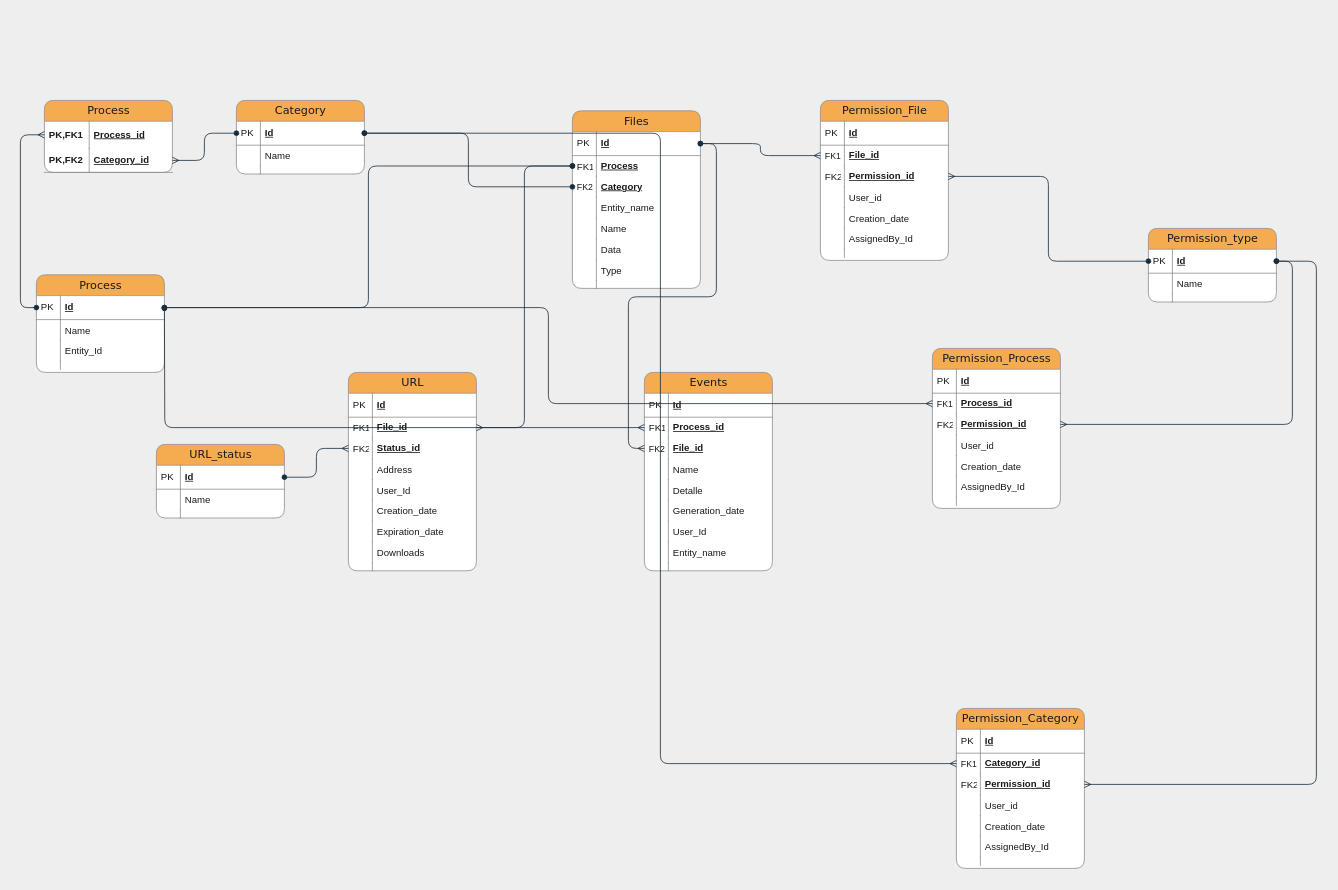
Before: ArchivosER.drawio in jnunez1-tenco/Files, a draw.io diagram. Source tidied: cells renumbered, new cells numbered last; positions are measured from the earlier drawing's top-left corner, leaving out a move shared by most shapes. Both pictures are drawn from the tidied source at 80%, with x=0, y=0 at pixel (36, 100).
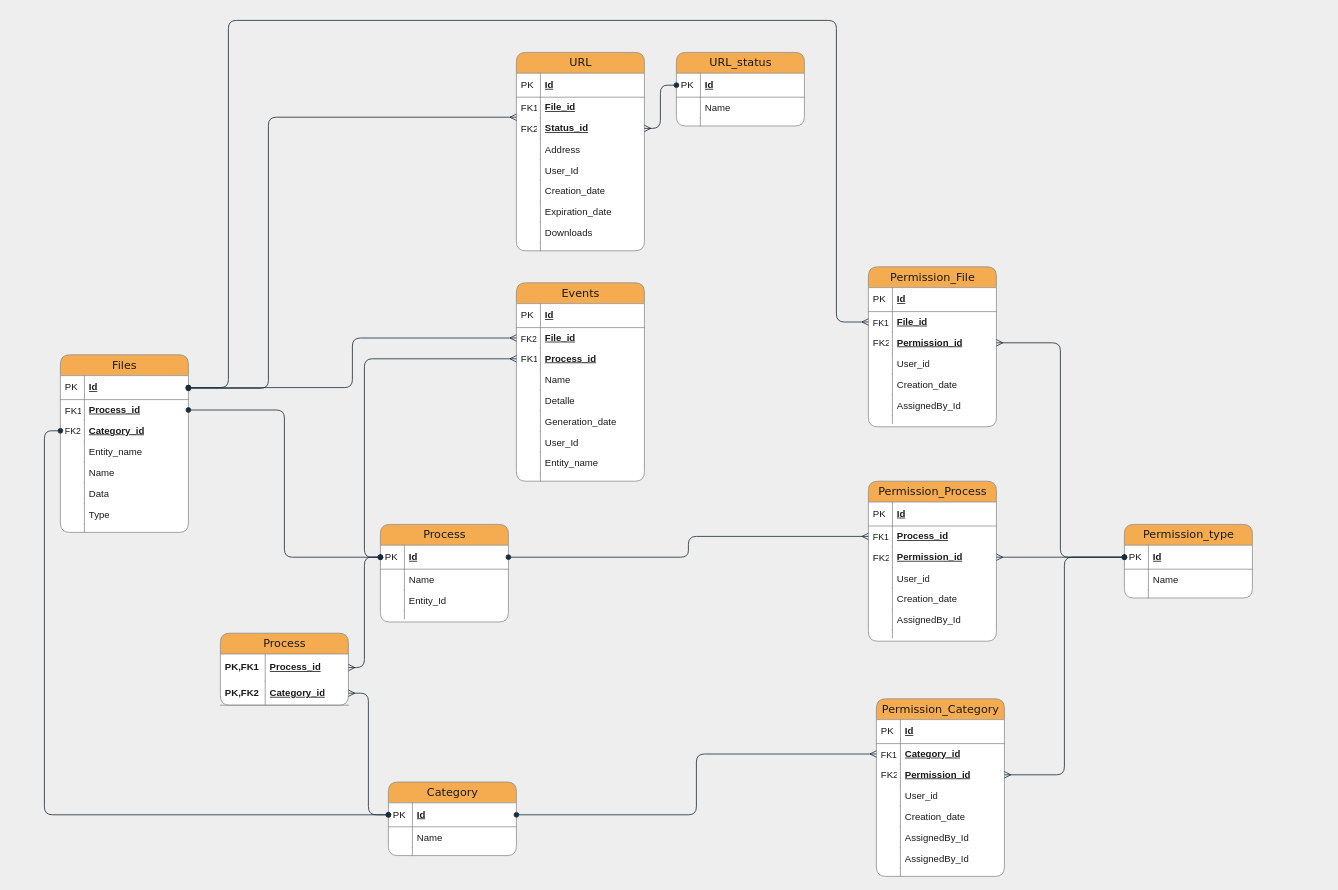
The same page after the edit.

Unchanged cells that the change refers to:
```xml
<mxCell id="3" value="Id" style="shape=partialRectangle;top=0;left=0;right=0;bottom=1;html=1;align=left;verticalAlign=middle;fillColor=none;spacingLeft=34;spacingRight=4;whiteSpace=wrap;overflow=hidden;points=[[0,0.5],[1,0.5]];portConstraint=eastwest;fontStyle=5;strokeColor=#909090;fontColor=#1A1A1A;rounded=1;" parent="2" vertex="1">
  <mxGeometry y="26" width="160" height="30" as="geometry" />
</mxCell>
<mxCell id="20" value="Id" style="shape=partialRectangle;top=0;left=0;right=0;bottom=1;html=1;align=left;verticalAlign=middle;fillColor=none;spacingLeft=34;spacingRight=4;whiteSpace=wrap;overflow=hidden;points=[[0,0.5],[1,0.5]];portConstraint=eastwest;fontStyle=5;strokeColor=#909090;fontColor=#1A1A1A;rounded=1;" parent="19" vertex="1">
  <mxGeometry y="26" width="160" height="30" as="geometry" />
</mxCell>
<mxCell id="29" value="File_id" style="shape=partialRectangle;top=0;left=0;right=0;bottom=0;html=1;align=left;verticalAlign=middle;fillColor=none;spacingLeft=34;spacingRight=4;whiteSpace=wrap;overflow=hidden;points=[[0,0.5],[1,0.5]];portConstraint=eastwest;strokeColor=#909090;fontColor=#1A1A1A;rounded=1;fontStyle=5;" parent="26" vertex="1">
  <mxGeometry y="56" width="160" height="26" as="geometry" />
</mxCell>
<mxCell id="31" value="Status_id" style="shape=partialRectangle;top=0;left=0;right=0;bottom=0;html=1;align=left;verticalAlign=middle;fillColor=none;spacingLeft=34;spacingRight=4;whiteSpace=wrap;overflow=hidden;points=[[0,0.5],[1,0.5]];portConstraint=eastwest;strokeColor=#909090;fontColor=#1A1A1A;rounded=1;fontStyle=5;" parent="26" vertex="1">
  <mxGeometry y="82" width="160" height="26" as="geometry" />
</mxCell>
<mxCell id="51" value="Id" style="shape=partialRectangle;top=0;left=0;right=0;bottom=1;html=1;align=left;verticalAlign=middle;fillColor=none;spacingLeft=34;spacingRight=4;whiteSpace=wrap;overflow=hidden;points=[[0,0.5],[1,0.5]];portConstraint=eastwest;fontStyle=5;strokeColor=#909090;fontColor=#1A1A1A;rounded=1;" parent="50" vertex="1">
  <mxGeometry y="26" width="160" height="30" as="geometry" />
</mxCell>
<mxCell id="64" value="Id" style="shape=partialRectangle;top=0;left=0;right=0;bottom=1;html=1;align=left;verticalAlign=middle;fillColor=none;spacingLeft=34;spacingRight=4;whiteSpace=wrap;overflow=hidden;points=[[0,0.5],[1,0.5]];portConstraint=eastwest;fontStyle=5;strokeColor=#909090;fontColor=#1A1A1A;rounded=1;" parent="63" vertex="1">
  <mxGeometry y="26" width="160" height="30" as="geometry" />
</mxCell>
<mxCell id="96" value="File_id" style="shape=partialRectangle;top=0;left=0;right=0;bottom=0;html=1;align=left;verticalAlign=middle;fillColor=none;spacingLeft=34;spacingRight=4;whiteSpace=wrap;overflow=hidden;points=[[0,0.5],[1,0.5]];portConstraint=eastwest;strokeColor=#909090;fontColor=#1A1A1A;rounded=1;fontStyle=5;" parent="93" vertex="1">
  <mxGeometry y="56" width="160" height="26" as="geometry" />
</mxCell>
<mxCell id="109" value="Id" style="shape=partialRectangle;top=0;left=0;right=0;bottom=1;html=1;align=left;verticalAlign=middle;fillColor=none;spacingLeft=34;spacingRight=4;whiteSpace=wrap;overflow=hidden;points=[[0,0.5],[1,0.5]];portConstraint=eastwest;fontStyle=5;strokeColor=#909090;fontColor=#1A1A1A;rounded=1;" parent="108" vertex="1">
  <mxGeometry y="26" width="160" height="30" as="geometry" />
</mxCell>
<mxCell id="120" value="Category_id" style="shape=partialRectangle;top=0;left=0;right=0;bottom=0;html=1;align=left;verticalAlign=middle;fillColor=none;spacingLeft=34;spacingRight=4;whiteSpace=wrap;overflow=hidden;points=[[0,0.5],[1,0.5]];portConstraint=eastwest;strokeColor=#909090;fontColor=#1A1A1A;rounded=1;fontStyle=5;" parent="117" vertex="1">
  <mxGeometry y="56" width="160" height="26" as="geometry" />
</mxCell>
<mxCell id="122" value="Permission_id" style="shape=partialRectangle;top=0;left=0;right=0;bottom=0;html=1;align=left;verticalAlign=middle;fillColor=none;spacingLeft=34;spacingRight=4;whiteSpace=wrap;overflow=hidden;points=[[0,0.5],[1,0.5]];portConstraint=eastwest;strokeColor=#909090;fontColor=#1A1A1A;rounded=1;fontStyle=5;" parent="117" vertex="1">
  <mxGeometry y="82" width="160" height="26" as="geometry" />
</mxCell>
<mxCell id="135" value="Process_id" style="shape=partialRectangle;top=0;left=0;right=0;bottom=0;html=1;align=left;verticalAlign=middle;fillColor=none;spacingLeft=34;spacingRight=4;whiteSpace=wrap;overflow=hidden;points=[[0,0.5],[1,0.5]];portConstraint=eastwest;strokeColor=#909090;fontColor=#1A1A1A;rounded=1;fontStyle=5;" parent="132" vertex="1">
  <mxGeometry y="56" width="160" height="26" as="geometry" />
</mxCell>
<mxCell id="137" value="Permission_id" style="shape=partialRectangle;top=0;left=0;right=0;bottom=0;html=1;align=left;verticalAlign=middle;fillColor=none;spacingLeft=34;spacingRight=4;whiteSpace=wrap;overflow=hidden;points=[[0,0.5],[1,0.5]];portConstraint=eastwest;strokeColor=#909090;fontColor=#1A1A1A;rounded=1;fontStyle=5;" parent="132" vertex="1">
  <mxGeometry y="82" width="160" height="26" as="geometry" />
</mxCell>
```

The edit, as a diff of the source:
```diff
@@
     <mxCell id="2" value="Files" style="swimlane;html=1;fontStyle=0;horizontal=1;startSize=26;fillColor=#F5AB50;swimlaneFillColor=#ffffff;align=center;shadow=0;comic=0;labelBackgroundColor=none;strokeWidth=1;fontFamily=Verdana;fontSize=14;swimlaneLine=1;strokeColor=#909090;fontColor=#1A1A1A;rounded=1;" parent="1" vertex="1">
-      <mxGeometry x="670" y="13" width="160" height="222" as="geometry" />
+      <mxGeometry x="30" y="318" width="160" height="222" as="geometry" />
     </mxCell>
@@
-    <mxCell id="5" value="Process" style="shape=partialRectangle;top=0;left=0;right=0;bottom=0;html=1;align=left;verticalAlign=middle;fillColor=none;spacingLeft=34;spacingRight=4;whiteSpace=wrap;overflow=hidden;points=[[0,0.5],[1,0.5]];portConstraint=eastwest;strokeColor=#909090;fontColor=#1A1A1A;rounded=1;fontStyle=5;" parent="2" vertex="1">
+    <mxCell id="5" value="Process_id" style="shape=partialRectangle;top=0;left=0;right=0;bottom=0;html=1;align=left;verticalAlign=middle;fillColor=none;spacingLeft=34;spacingRight=4;whiteSpace=wrap;overflow=hidden;points=[[0,0.5],[1,0.5]];portConstraint=eastwest;strokeColor=#909090;fontColor=#1A1A1A;rounded=1;fontStyle=5;" parent="2" vertex="1">
       <mxGeometry y="56" width="160" height="26" as="geometry" />
     </mxCell>
@@
-    <mxCell id="7" value="Category" style="shape=partialRectangle;top=0;left=0;right=0;bottom=0;html=1;align=left;verticalAlign=middle;fillColor=none;spacingLeft=34;spacingRight=4;whiteSpace=wrap;overflow=hidden;points=[[0,0.5],[1,0.5]];portConstraint=eastwest;strokeColor=#909090;fontColor=#1A1A1A;rounded=1;fontStyle=5;" parent="2" vertex="1">
+    <mxCell id="7" value="Category_id" style="shape=partialRectangle;top=0;left=0;right=0;bottom=0;html=1;align=left;verticalAlign=middle;fillColor=none;spacingLeft=34;spacingRight=4;whiteSpace=wrap;overflow=hidden;points=[[0,0.5],[1,0.5]];portConstraint=eastwest;strokeColor=#909090;fontColor=#1A1A1A;rounded=1;fontStyle=5;" parent="2" vertex="1">
       <mxGeometry y="82" width="160" height="26" as="geometry" />
     </mxCell>
@@
     <mxCell id="19" value="Category" style="swimlane;html=1;fontStyle=0;horizontal=1;startSize=26;fillColor=#F5AB50;swimlaneFillColor=#ffffff;align=center;shadow=0;comic=0;labelBackgroundColor=none;strokeWidth=1;fontFamily=Verdana;fontSize=14;strokeColor=#909090;fontColor=#1A1A1A;rounded=1;" parent="1" vertex="1">
-      <mxGeometry x="250" width="160" height="92" as="geometry" />
+      <mxGeometry x="440" y="852" width="160" height="92" as="geometry" />
     </mxCell>
@@
     <mxCell id="26" value="URL" style="swimlane;html=1;fontStyle=0;horizontal=1;startSize=26;fillColor=#F5AB50;swimlaneFillColor=#ffffff;align=center;shadow=0;comic=0;labelBackgroundColor=none;strokeWidth=1;fontFamily=Verdana;fontSize=14;strokeColor=#909090;fontColor=#1A1A1A;rounded=1;" parent="1" vertex="1">
-      <mxGeometry x="390" y="340" width="160" height="248" as="geometry" />
+      <mxGeometry x="600" y="-60" width="160" height="248" as="geometry" />
     </mxCell>
@@
     <mxCell id="45" value="Process" style="swimlane;html=1;fontStyle=0;horizontal=1;startSize=26;fillColor=#F5AB50;swimlaneFillColor=#ffffff;align=center;shadow=0;comic=0;labelBackgroundColor=none;strokeWidth=1;fontFamily=Verdana;fontSize=14;strokeColor=#909090;fontColor=#1A1A1A;rounded=1;" parent="1" vertex="1">
-      <mxGeometry x="10" width="160" height="90" as="geometry" />
+      <mxGeometry x="230" y="666" width="160" height="90" as="geometry" />
     </mxCell>
@@
     <mxCell id="50" value="Process" style="swimlane;html=1;fontStyle=0;horizontal=1;startSize=26;fillColor=#F5AB50;swimlaneFillColor=#ffffff;align=center;shadow=0;comic=0;labelBackgroundColor=none;strokeWidth=1;fontFamily=Verdana;fontSize=14;strokeColor=#909090;fontColor=#1A1A1A;rounded=1;" parent="1" vertex="1">
-      <mxGeometry y="218" width="160" height="122" as="geometry" />
+      <mxGeometry x="430" y="530" width="160" height="122" as="geometry" />
     </mxCell>
@@
-    <mxCell id="61" style="edgeStyle=orthogonalEdgeStyle;curved=0;rounded=1;sketch=0;jettySize=auto;html=1;entryX=1;entryY=0.5;entryDx=0;entryDy=0;fontColor=#1a1a1a;startArrow=oval;startFill=1;endArrow=oval;endFill=1;strokeColor=#182E3E;" parent="1" edge="1" source="5" target="51">
-      <mxGeometry relative="1" as="geometry" />
-    </mxCell>
-    <mxCell id="62" style="edgeStyle=orthogonalEdgeStyle;curved=0;rounded=1;sketch=0;jettySize=auto;html=1;exitX=0;exitY=0.5;exitDx=0;exitDy=0;entryX=1;entryY=0.5;entryDx=0;entryDy=0;fontColor=#1a1a1a;startArrow=oval;startFill=1;endArrow=oval;endFill=1;strokeColor=#182E3E;" parent="1" edge="1" source="7" target="20">
-      <mxGeometry relative="1" as="geometry" />
-    </mxCell>
     <mxCell id="63" value="URL_status" style="swimlane;html=1;fontStyle=0;horizontal=1;startSize=26;fillColor=#F5AB50;swimlaneFillColor=#ffffff;align=center;shadow=0;comic=0;labelBackgroundColor=none;strokeWidth=1;fontFamily=Verdana;fontSize=14;strokeColor=#909090;fontColor=#1A1A1A;rounded=1;" parent="1" vertex="1">
-      <mxGeometry x="150" y="430" width="160" height="92" as="geometry" />
+      <mxGeometry x="800" y="-60" width="160" height="92" as="geometry" />
     </mxCell>
@@
-    <mxCell id="70" style="edgeStyle=orthogonalEdgeStyle;curved=0;rounded=1;sketch=0;jettySize=auto;html=1;entryX=1;entryY=0.5;entryDx=0;entryDy=0;fontSize=11;fontColor=#1a1a1a;startArrow=oval;startFill=1;endArrow=ERmany;endFill=0;strokeColor=#182E3E;" parent="1" edge="1" source="5" target="29">
-      <mxGeometry relative="1" as="geometry" />
-    </mxCell>
-    <mxCell id="71" style="edgeStyle=orthogonalEdgeStyle;curved=0;rounded=1;sketch=0;jettySize=auto;html=1;entryX=1;entryY=0.5;entryDx=0;entryDy=0;fontSize=11;fontColor=#1a1a1a;startArrow=ERmany;startFill=0;endArrow=oval;endFill=1;strokeColor=#182E3E;" parent="1" edge="1" source="31" target="64">
-      <mxGeometry relative="1" as="geometry" />
-    </mxCell>
     <mxCell id="72" value="Events" style="swimlane;html=1;fontStyle=0;horizontal=1;startSize=26;fillColor=#F5AB50;swimlaneFillColor=#ffffff;align=center;shadow=0;comic=0;labelBackgroundColor=none;strokeWidth=1;fontFamily=Verdana;fontSize=14;swimlaneLine=1;strokeColor=#909090;fontColor=#1A1A1A;rounded=1;" parent="1" vertex="1">
-      <mxGeometry x="760" y="340" width="160" height="248" as="geometry" />
+      <mxGeometry x="600" y="228" width="160" height="248" as="geometry" />
     </mxCell>
@@
+    <mxCell id="77" value="File_id" style="shape=partialRectangle;top=0;left=0;right=0;bottom=0;html=1;align=left;verticalAlign=middle;fillColor=none;spacingLeft=34;spacingRight=4;whiteSpace=wrap;overflow=hidden;points=[[0,0.5],[1,0.5]];portConstraint=eastwest;strokeColor=#909090;fontColor=#1A1A1A;rounded=1;fontStyle=5;" parent="72" vertex="1">
+      <mxGeometry y="56" width="160" height="26" as="geometry" />
+    </mxCell>
+    <mxCell id="78" value="&lt;font style=&quot;font-size: 11px;&quot;&gt;FK2&lt;/font&gt;" style="shape=partialRectangle;top=0;left=0;bottom=0;html=1;fillColor=none;align=left;verticalAlign=top;spacingLeft=4;spacingRight=4;whiteSpace=wrap;overflow=hidden;strokeColor=#909090;fontColor=#1A1A1A;rounded=1;" parent="77" vertex="1">
+      <mxGeometry width="30" height="26" as="geometry" />
+    </mxCell>
     <mxCell id="75" value="Process_id" style="shape=partialRectangle;top=0;left=0;right=0;bottom=0;html=1;align=left;verticalAlign=middle;fillColor=none;spacingLeft=34;spacingRight=4;whiteSpace=wrap;overflow=hidden;points=[[0,0.5],[1,0.5]];portConstraint=eastwest;strokeColor=#909090;fontColor=#1A1A1A;rounded=1;fontStyle=5;" parent="72" vertex="1">
-      <mxGeometry y="56" width="160" height="26" as="geometry" />
+      <mxGeometry y="82" width="160" height="26" as="geometry" />
     </mxCell>
@@
-    <mxCell id="77" value="File_id" style="shape=partialRectangle;top=0;left=0;right=0;bottom=0;html=1;align=left;verticalAlign=middle;fillColor=none;spacingLeft=34;spacingRight=4;whiteSpace=wrap;overflow=hidden;points=[[0,0.5],[1,0.5]];portConstraint=eastwest;strokeColor=#909090;fontColor=#1A1A1A;rounded=1;fontStyle=5;" parent="72" vertex="1">
-      <mxGeometry y="82" width="160" height="26" as="geometry" />
-    </mxCell>
-    <mxCell id="78" value="&lt;font style=&quot;font-size: 11px;&quot;&gt;FK2&lt;/font&gt;" style="shape=partialRectangle;top=0;left=0;bottom=0;html=1;fillColor=none;align=left;verticalAlign=top;spacingLeft=4;spacingRight=4;whiteSpace=wrap;overflow=hidden;strokeColor=#909090;fontColor=#1A1A1A;rounded=1;" parent="77" vertex="1">
-      <mxGeometry width="30" height="26" as="geometry" />
-    </mxCell>
@@
-    <mxCell id="91" style="edgeStyle=orthogonalEdgeStyle;curved=0;rounded=1;sketch=0;jettySize=auto;html=1;fontSize=11;fontColor=#1a1a1a;startArrow=ERmany;startFill=0;endArrow=oval;endFill=1;strokeColor=#182E3E;" parent="1" edge="1" source="75">
-      <mxGeometry relative="1" as="geometry">
-        <mxPoint x="160" y="260" as="targetPoint" />
-      </mxGeometry>
+    <mxCell id="91" style="edgeStyle=orthogonalEdgeStyle;curved=0;rounded=1;sketch=0;jettySize=auto;html=1;fontSize=11;fontColor=#1a1a1a;startArrow=ERmany;startFill=0;endArrow=oval;endFill=1;strokeColor=#182E3E;entryX=0;entryY=0.5;entryDx=0;entryDy=0;" parent="1" edge="1" source="75" target="51">
+      <mxGeometry relative="1" as="geometry" />
     </mxCell>
@@
     <mxCell id="93" value="Permission_File" style="swimlane;html=1;fontStyle=0;horizontal=1;startSize=26;fillColor=#F5AB50;swimlaneFillColor=#ffffff;align=center;shadow=0;comic=0;labelBackgroundColor=none;strokeWidth=1;fontFamily=Verdana;fontSize=14;swimlaneLine=1;strokeColor=#909090;fontColor=#1A1A1A;rounded=1;" parent="1" vertex="1">
-      <mxGeometry x="980" width="160" height="200" as="geometry" />
+      <mxGeometry x="1040" y="208" width="160" height="200" as="geometry" />
     </mxCell>
@@
     <mxCell id="108" value="Permission_type" style="swimlane;html=1;fontStyle=0;horizontal=1;startSize=26;fillColor=#F5AB50;swimlaneFillColor=#ffffff;align=center;shadow=0;comic=0;labelBackgroundColor=none;strokeWidth=1;fontFamily=Verdana;fontSize=14;strokeColor=#909090;fontColor=#1A1A1A;rounded=1;" parent="1" vertex="1">
-      <mxGeometry x="1390" y="160" width="160" height="92" as="geometry" />
+      <mxGeometry x="1360" y="530" width="160" height="92" as="geometry" />
     </mxCell>
@@
-    <mxCell id="116" style="edgeStyle=orthogonalEdgeStyle;curved=0;rounded=1;sketch=0;jettySize=auto;html=1;entryX=1;entryY=0.5;entryDx=0;entryDy=0;fontSize=11;fontColor=#1a1a1a;startArrow=ERmany;startFill=0;endArrow=oval;endFill=1;strokeColor=#182E3E;" parent="1" edge="1" source="96" target="3">
-      <mxGeometry relative="1" as="geometry" />
+    <mxCell id="116" style="edgeStyle=orthogonalEdgeStyle;curved=0;rounded=1;sketch=0;jettySize=auto;html=1;entryX=1;entryY=0.5;entryDx=0;entryDy=0;fontSize=11;fontColor=#1a1a1a;startArrow=ERmany;startFill=0;endArrow=oval;endFill=1;strokeColor=#182E3E;exitX=0;exitY=0.5;exitDx=0;exitDy=0;" parent="1" edge="1" source="96" target="3">
+      <mxGeometry relative="1" as="geometry">
+        <Array as="points">
+          <mxPoint x="1000" y="277" />
+          <mxPoint x="1000" y="-100" />
+          <mxPoint x="240" y="-100" />
+          <mxPoint x="240" y="359" />
+        </Array>
+      </mxGeometry>
     </mxCell>
     <mxCell id="117" value="Permission_Category" style="swimlane;html=1;fontStyle=0;horizontal=1;startSize=26;fillColor=#F5AB50;swimlaneFillColor=#ffffff;align=center;shadow=0;comic=0;labelBackgroundColor=none;strokeWidth=1;fontFamily=Verdana;fontSize=14;swimlaneLine=1;strokeColor=#909090;fontColor=#1A1A1A;rounded=1;" parent="1" vertex="1">
-      <mxGeometry x="1150" y="760" width="160" height="200" as="geometry" />
+      <mxGeometry x="1050" y="748" width="160" height="222" as="geometry" />
     </mxCell>
@@
+    <mxCell id="151" value="AssignedBy_Id" style="shape=partialRectangle;top=0;left=0;right=0;bottom=0;html=1;align=left;verticalAlign=top;fillColor=none;spacingLeft=34;spacingRight=4;whiteSpace=wrap;overflow=hidden;strokeColor=#909090;fontColor=#1A1A1A;rounded=1;" parent="117" vertex="1">
+      <mxGeometry y="186" width="160" height="26" as="geometry" />
+    </mxCell>
+    <mxCell id="152" style="shape=partialRectangle;top=0;left=0;bottom=0;html=1;fillColor=none;align=left;verticalAlign=top;spacingLeft=4;spacingRight=4;whiteSpace=wrap;overflow=hidden;strokeColor=#909090;fontColor=#1A1A1A;rounded=1;" parent="151" vertex="1">
+      <mxGeometry width="30" height="26" as="geometry" />
+    </mxCell>
     <mxCell id="130" style="shape=partialRectangle;top=0;left=0;right=0;bottom=0;html=1;align=left;verticalAlign=top;fillColor=none;spacingLeft=34;spacingRight=4;whiteSpace=wrap;overflow=hidden;strokeColor=#909090;fontColor=#1A1A1A;rounded=1;" parent="117" vertex="1">
-      <mxGeometry y="186" width="160" height="10" as="geometry" />
+      <mxGeometry y="212" width="160" height="10" as="geometry" />
     </mxCell>
@@
     <mxCell id="132" value="Permission_Process" style="swimlane;html=1;fontStyle=0;horizontal=1;startSize=26;fillColor=#F5AB50;swimlaneFillColor=#ffffff;align=center;shadow=0;comic=0;labelBackgroundColor=none;strokeWidth=1;fontFamily=Verdana;fontSize=14;swimlaneLine=1;strokeColor=#909090;fontColor=#1A1A1A;rounded=1;" parent="1" vertex="1">
-      <mxGeometry x="1120" y="310" width="160" height="200" as="geometry" />
+      <mxGeometry x="1040" y="476" width="160" height="200" as="geometry" />
     </mxCell>
@@
+    <mxCell id="149" style="edgeStyle=orthogonalEdgeStyle;curved=0;rounded=1;sketch=0;jettySize=auto;html=1;fontSize=11;fontColor=#1a1a1a;startArrow=ERmany;startFill=0;endArrow=oval;endFill=1;strokeColor=#182E3E;" parent="1" edge="1" source="135" target="51">
+      <mxGeometry relative="1" as="geometry" />
+    </mxCell>
+    <mxCell id="150" style="edgeStyle=orthogonalEdgeStyle;curved=0;rounded=1;sketch=0;jettySize=auto;html=1;entryX=1;entryY=0.5;entryDx=0;entryDy=0;fontSize=11;fontColor=#1a1a1a;startArrow=ERmany;startFill=0;endArrow=oval;endFill=1;strokeColor=#182E3E;" parent="1" edge="1" source="120" target="20">
+      <mxGeometry relative="1" as="geometry" />
+    </mxCell>
+    <mxCell id="62" style="edgeStyle=orthogonalEdgeStyle;curved=0;rounded=1;sketch=0;jettySize=auto;html=1;exitX=0;exitY=0.5;exitDx=0;exitDy=0;entryX=0;entryY=0.5;entryDx=0;entryDy=0;fontSize=11;fontColor=#1a1a1a;startArrow=oval;startFill=1;endArrow=oval;endFill=1;strokeColor=#182E3E;" parent="1" edge="1" source="7" target="20">
+      <mxGeometry relative="1" as="geometry" />
+    </mxCell>
+    <mxCell id="153" style="edgeStyle=orthogonalEdgeStyle;curved=0;rounded=1;sketch=0;jettySize=auto;html=1;exitX=0;exitY=0.5;exitDx=0;exitDy=0;entryX=1;entryY=0.5;entryDx=0;entryDy=0;fontSize=11;fontColor=#1a1a1a;startArrow=oval;startFill=1;endArrow=oval;endFill=1;strokeColor=#182E3E;" parent="1" edge="1" source="51" target="5">
+      <mxGeometry relative="1" as="geometry" />
+    </mxCell>
-    <mxCell id="147" style="edgeStyle=orthogonalEdgeStyle;curved=0;rounded=1;sketch=0;jettySize=auto;html=1;entryX=1;entryY=0.5;entryDx=0;entryDy=0;fontSize=11;fontColor=#1a1a1a;startArrow=ERmany;startFill=0;endArrow=oval;endFill=1;strokeColor=#182E3E;" parent="1" edge="1" source="137" target="109">
+    <mxCell id="147" style="edgeStyle=orthogonalEdgeStyle;curved=0;rounded=1;sketch=0;jettySize=auto;html=1;entryX=0;entryY=0.5;entryDx=0;entryDy=0;fontSize=11;fontColor=#1a1a1a;startArrow=ERmany;startFill=0;endArrow=oval;endFill=1;strokeColor=#182E3E;" parent="1" edge="1" source="137" target="109">
       <mxGeometry relative="1" as="geometry" />
     </mxCell>
-    <mxCell id="148" style="edgeStyle=orthogonalEdgeStyle;curved=0;rounded=1;sketch=0;jettySize=auto;html=1;entryX=1;entryY=0.5;entryDx=0;entryDy=0;fontSize=11;fontColor=#1a1a1a;startArrow=ERmany;startFill=0;endArrow=oval;endFill=1;strokeColor=#182E3E;" parent="1" edge="1" source="122" target="109">
-      <mxGeometry relative="1" as="geometry">
-        <Array as="points">
-          <mxPoint x="1600" y="855" />
-          <mxPoint x="1600" y="201" />
-        </Array>
-      </mxGeometry>
+    <mxCell id="148" style="edgeStyle=orthogonalEdgeStyle;curved=0;rounded=1;sketch=0;jettySize=auto;html=1;fontSize=11;fontColor=#1a1a1a;startArrow=ERmany;startFill=0;endArrow=oval;endFill=1;strokeColor=#182E3E;entryX=0;entryY=0.5;entryDx=0;entryDy=0;" parent="1" edge="1" source="122" target="109">
+      <mxGeometry relative="1" as="geometry" />
     </mxCell>
-    <mxCell id="149" style="edgeStyle=orthogonalEdgeStyle;curved=0;rounded=1;sketch=0;jettySize=auto;html=1;fontSize=11;fontColor=#1a1a1a;startArrow=ERmany;startFill=0;endArrow=oval;endFill=1;strokeColor=#182E3E;" parent="1" edge="1" source="135" target="51">
-      <mxGeometry relative="1" as="geometry" />
-    </mxCell>
-    <mxCell id="150" style="edgeStyle=orthogonalEdgeStyle;curved=0;rounded=1;sketch=0;jettySize=auto;html=1;entryX=1;entryY=0.5;entryDx=0;entryDy=0;fontSize=11;fontColor=#1a1a1a;startArrow=ERmany;startFill=0;endArrow=oval;endFill=1;strokeColor=#182E3E;" parent="1" edge="1" source="120" target="20">
-      <mxGeometry relative="1" as="geometry" />
-    </mxCell>
+    <mxCell id="154" style="edgeStyle=orthogonalEdgeStyle;curved=0;rounded=1;sketch=0;jettySize=auto;html=1;fontSize=11;fontColor=#1a1a1a;startArrow=ERmany;startFill=0;endArrow=oval;endFill=1;strokeColor=#182E3E;" parent="1" edge="1" source="29">
+      <mxGeometry relative="1" as="geometry">
+        <mxPoint x="190" y="360" as="targetPoint" />
+        <Array as="points">
+          <mxPoint x="290" y="21" />
+          <mxPoint x="290" y="360" />
+        </Array>
+      </mxGeometry>
+    </mxCell>
+    <mxCell id="71" style="edgeStyle=orthogonalEdgeStyle;curved=0;rounded=1;sketch=0;jettySize=auto;html=1;entryX=0;entryY=0.5;entryDx=0;entryDy=0;fontSize=11;fontColor=#1a1a1a;startArrow=ERmany;startFill=0;endArrow=oval;endFill=1;strokeColor=#182E3E;" parent="1" edge="1" source="31" target="64">
+      <mxGeometry relative="1" as="geometry" />
+    </mxCell>
```
